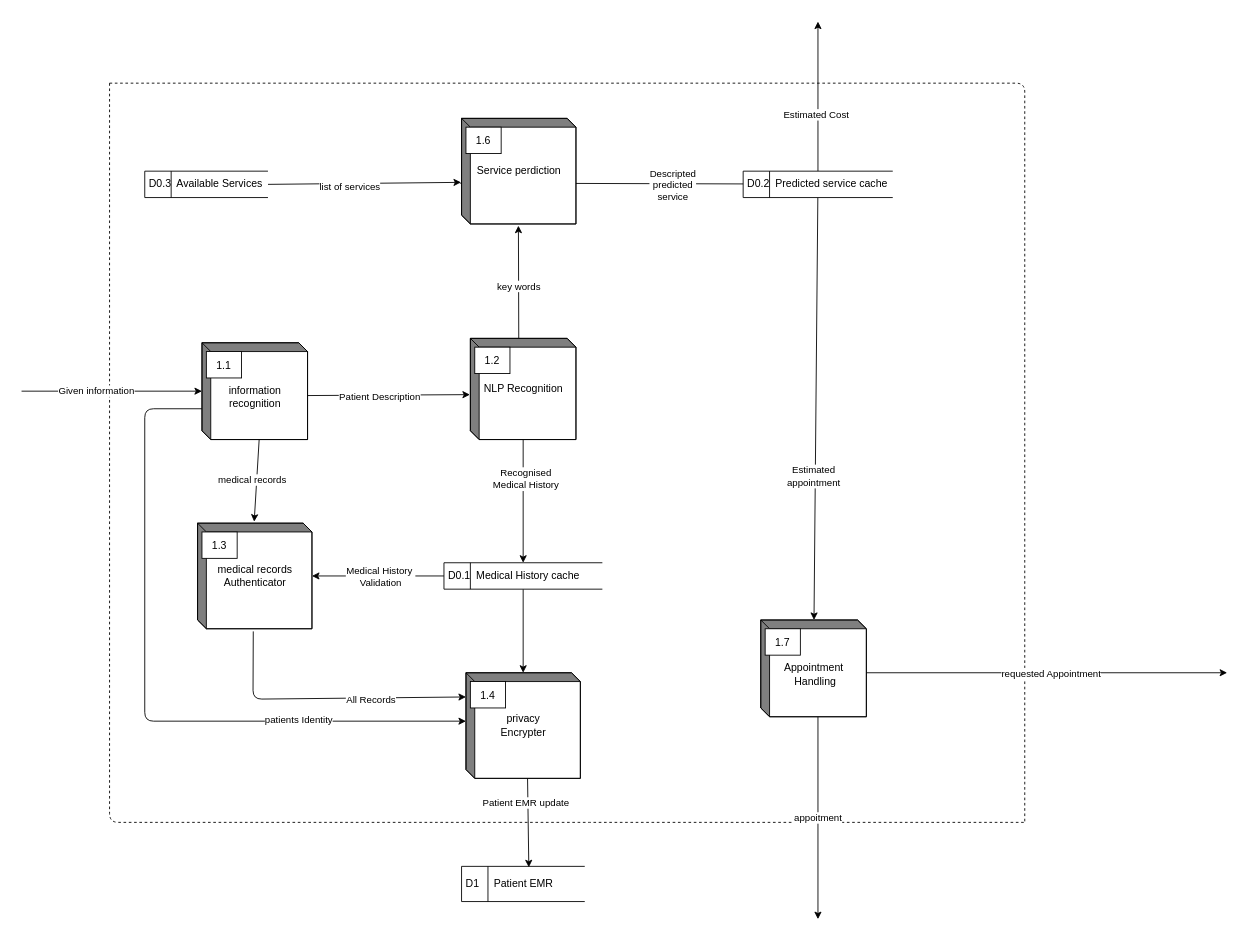
Before: leveltwoDFD.drawio in srssina/Healthcare_Database_system, a draw.io diagram. Source tidied: cells renumbered, new cells numbered last; positions are measured from the earlier drawing's top-left corner, leaving out a move shared by most shapes. Both pictures are drawn from the tidied source at 88%, with x=0, y=0 at pixel (21, 21).
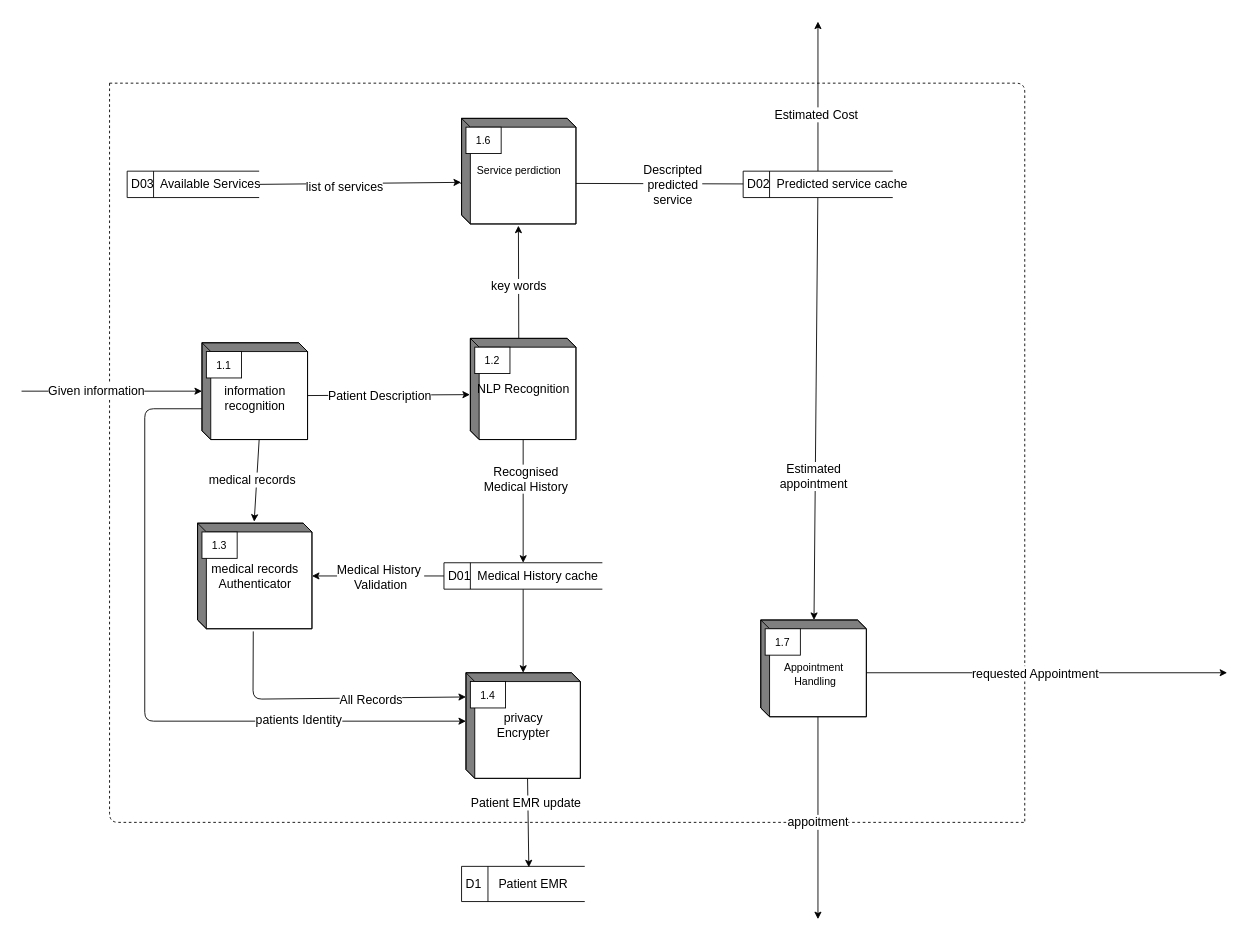
After the change.

The change refers to these unchanged cells:
```xml
<mxCell id="4" style="edgeStyle=none;html=1;exitX=1;exitY=0.5;exitDx=0;exitDy=0;" parent="1" edge="1" target="11">
  <mxGeometry relative="1" as="geometry">
    <mxPoint y="420" as="sourcePoint" />
  </mxGeometry>
</mxCell>
<mxCell id="7" style="edgeStyle=none;html=1;exitX=0;exitY=0;exitDx=120;exitDy=60;exitPerimeter=0;entryX=-0.004;entryY=0.556;entryDx=0;entryDy=0;entryPerimeter=0;" parent="1" edge="1" source="11" target="17">
  <mxGeometry relative="1" as="geometry" />
</mxCell>
<mxCell id="9" style="edgeStyle=none;html=1;exitX=0;exitY=0;exitDx=65;exitDy=110;exitPerimeter=0;entryX=0.495;entryY=-0.014;entryDx=0;entryDy=0;entryPerimeter=0;" parent="1" edge="1" source="11" target="23">
  <mxGeometry relative="1" as="geometry" />
</mxCell>
<mxCell id="13" style="edgeStyle=none;html=1;entryX=0.5;entryY=0;entryDx=0;entryDy=0;" parent="1" edge="1" source="17" target="28">
  <mxGeometry relative="1" as="geometry" />
</mxCell>
<mxCell id="15" style="edgeStyle=none;html=1;exitX=0;exitY=0;exitDx=54.99999999999999;exitDy=0;exitPerimeter=0;entryX=0.497;entryY=1.016;entryDx=0;entryDy=0;entryPerimeter=0;" parent="1" edge="1" source="17" target="33">
  <mxGeometry relative="1" as="geometry" />
</mxCell>
<mxCell id="19" style="edgeStyle=none;html=1;entryX=0.546;entryY=0.027;entryDx=0;entryDy=0;exitX=0;exitY=0;exitDx=70;exitDy=120;exitPerimeter=0;entryPerimeter=0;" parent="1" edge="1" source="29" target="6">
  <mxGeometry relative="1" as="geometry" />
</mxCell>
<mxCell id="21" style="edgeStyle=none;html=1;exitX=0.487;exitY=1.025;exitDx=0;exitDy=0;exitPerimeter=0;entryX=0;entryY=0;entryDx=0;entryDy=27.5;entryPerimeter=0;" parent="1" edge="1" source="23" target="29">
  <mxGeometry relative="1" as="geometry">
    <Array as="points">
      <mxPoint x="263" y="770" />
    </Array>
  </mxGeometry>
</mxCell>
<mxCell id="25" style="edgeStyle=none;html=1;exitX=0;exitY=0.5;exitDx=0;exitDy=0;" parent="1" edge="1" source="28" target="23">
  <mxGeometry relative="1" as="geometry" />
</mxCell>
<mxCell id="31" style="edgeStyle=none;html=1;exitX=-0.015;exitY=0.613;exitDx=0;exitDy=0;exitPerimeter=0;entryX=1;entryY=0.5;entryDx=0;entryDy=0;" parent="1" edge="1" source="33" target="39">
  <mxGeometry relative="1" as="geometry" />
</mxCell>
<mxCell id="35" style="edgeStyle=none;html=1;entryX=0.5;entryY=1;entryDx=0;entryDy=0;exitX=0.5;exitY=0;exitDx=0;exitDy=0;" parent="1" edge="1" source="39">
  <mxGeometry relative="1" as="geometry">
    <mxPoint x="905" as="targetPoint" />
  </mxGeometry>
</mxCell>
<mxCell id="37" style="edgeStyle=none;html=1;" parent="1" edge="1" source="39" target="48">
  <mxGeometry relative="1" as="geometry" />
</mxCell>
<mxCell id="40" style="edgeStyle=none;html=1;exitX=0;exitY=0;exitDx=0;exitDy=75;exitPerimeter=0;entryX=0;entryY=0;entryDx=0;entryDy=55.00000000000001;entryPerimeter=0;" parent="1" edge="1" source="11" target="29">
  <mxGeometry relative="1" as="geometry">
    <Array as="points">
      <mxPoint x="140" y="440" />
      <mxPoint x="140" y="795" />
    </Array>
  </mxGeometry>
</mxCell>
<mxCell id="42" style="edgeStyle=none;html=1;exitX=1;exitY=0.5;exitDx=0;exitDy=0;entryX=-0.005;entryY=0.606;entryDx=0;entryDy=0;entryPerimeter=0;" parent="1" edge="1" source="44" target="33">
  <mxGeometry relative="1" as="geometry" />
</mxCell>
<mxCell id="45" style="edgeStyle=none;html=1;exitX=0;exitY=0;exitDx=120;exitDy=60;exitPerimeter=0;" parent="1" edge="1" source="48">
  <mxGeometry relative="1" as="geometry">
    <mxPoint x="1370" y="740" as="targetPoint" />
  </mxGeometry>
</mxCell>
<mxCell id="48" value="&lt;br&gt;Appointment&lt;br&gt;&amp;nbsp;Handling" style="html=1;dashed=0;whitespace=wrap;shape=mxgraph.dfd.externalEntity;" parent="1" vertex="1">
  <mxGeometry x="840" y="680" width="120" height="110" as="geometry" />
</mxCell>
```

Diff of the diagram source:
```diff
@@
-    <mxCell id="5" value="Given information" style="edgeLabel;html=1;align=center;verticalAlign=middle;" parent="4" vertex="1">
+    <mxCell id="5" value="&lt;font style=&quot;font-size: 14px;&quot;&gt;Given information&lt;/font&gt;" style="edgeLabel;html=1;align=center;verticalAlign=middle;" parent="4" vertex="1">
       <mxGeometry x="-0.18" y="1" relative="1" as="geometry" />
     </mxCell>
-    <mxCell id="6" value="D1&amp;nbsp; &amp;nbsp; &amp;nbsp;Patient EMR" style="html=1;dashed=0;whitespace=wrap;shape=mxgraph.dfd.dataStoreID;align=left;spacingLeft=3;points=[[0,0],[0.5,0],[1,0],[0,0.5],[1,0.5],[0,1],[0.5,1],[1,1]];" parent="1" vertex="1">
+    <mxCell id="6" value="&lt;font style=&quot;font-size: 14px;&quot;&gt;D1&amp;nbsp; &amp;nbsp; &amp;nbsp;Patient EMR&lt;/font&gt;" style="html=1;dashed=0;whitespace=wrap;shape=mxgraph.dfd.dataStoreID;align=left;spacingLeft=3;points=[[0,0],[0.5,0],[1,0],[0,0.5],[1,0.5],[0,1],[0.5,1],[1,1]];" parent="1" vertex="1">
       <mxGeometry x="500" y="960" width="140" height="40" as="geometry" />
     </mxCell>
@@
-    <mxCell id="8" value="Patient Description" style="edgeLabel;html=1;align=center;verticalAlign=middle;" parent="7" vertex="1">
+    <mxCell id="8" value="&lt;font style=&quot;font-size: 14px;&quot;&gt;Patient Description&lt;/font&gt;" style="edgeLabel;html=1;align=center;verticalAlign=middle;" parent="7" vertex="1">
       <mxGeometry x="-0.12" y="-1" relative="1" as="geometry" />
     </mxCell>
@@
-    <mxCell id="10" value="medical records" style="edgeLabel;html=1;align=center;verticalAlign=middle;" parent="9" vertex="1">
+    <mxCell id="10" value="&lt;font style=&quot;font-size: 14px;&quot;&gt;medical records&lt;/font&gt;" style="edgeLabel;html=1;align=center;verticalAlign=middle;" parent="9" vertex="1">
       <mxGeometry x="0.21" y="-2" relative="1" as="geometry">
         <mxPoint x="-3" y="-11" as="offset" />
       </mxGeometry>
     </mxCell>
-    <mxCell id="11" value="&lt;br&gt;information&lt;br&gt;recognition" style="html=1;dashed=0;whitespace=wrap;shape=mxgraph.dfd.externalEntity;" parent="1" vertex="1">
+    <mxCell id="11" value="&lt;font style=&quot;font-size: 14px;&quot;&gt;&lt;br&gt;information&lt;br&gt;recognition&lt;/font&gt;" style="html=1;dashed=0;whitespace=wrap;shape=mxgraph.dfd.externalEntity;" parent="1" vertex="1">
       <mxGeometry x="205" y="365" width="120" height="110" as="geometry" />
     </mxCell>
@@
-    <mxCell id="14" value="Recognised&lt;br&gt;Medical History" style="edgeLabel;html=1;align=center;verticalAlign=middle;" parent="13" vertex="1">
+    <mxCell id="14" value="&lt;font style=&quot;font-size: 14px;&quot;&gt;Recognised&lt;br&gt;Medical History&lt;/font&gt;" style="edgeLabel;html=1;align=center;verticalAlign=middle;" parent="13" vertex="1">
       <mxGeometry x="-0.37" y="2" relative="1" as="geometry" />
     </mxCell>
@@
-    <mxCell id="16" value="key words" style="edgeLabel;html=1;align=center;verticalAlign=middle;" parent="15" vertex="1">
+    <mxCell id="16" value="&lt;font style=&quot;font-size: 14px;&quot;&gt;key words&lt;/font&gt;" style="edgeLabel;html=1;align=center;verticalAlign=middle;" parent="15" vertex="1">
       <mxGeometry x="-0.23" y="-1" relative="1" as="geometry">
         <mxPoint x="-1" y="-10" as="offset" />
       </mxGeometry>
     </mxCell>
-    <mxCell id="17" value="NLP Recognition" style="html=1;dashed=0;whitespace=wrap;shape=mxgraph.dfd.externalEntity;" parent="1" vertex="1">
+    <mxCell id="17" value="&lt;font style=&quot;font-size: 14px;&quot;&gt;NLP Recognition&lt;/font&gt;" style="html=1;dashed=0;whitespace=wrap;shape=mxgraph.dfd.externalEntity;" parent="1" vertex="1">
       <mxGeometry x="510" y="360" width="120" height="115" as="geometry" />
     </mxCell>
@@
-    <mxCell id="20" value="Patient EMR update" style="edgeLabel;html=1;align=center;verticalAlign=middle;" parent="19" vertex="1">
+    <mxCell id="20" value="&lt;font style=&quot;font-size: 14px;&quot;&gt;Patient EMR update&lt;/font&gt;" style="edgeLabel;html=1;align=center;verticalAlign=middle;" parent="19" vertex="1">
       <mxGeometry x="-0.16" relative="1" as="geometry">
         <mxPoint x="-3" y="-14" as="offset" />
       </mxGeometry>
     </mxCell>
@@
-    <mxCell id="22" value="All Records" style="edgeLabel;html=1;align=center;verticalAlign=middle;" parent="21" vertex="1">
+    <mxCell id="22" value="&lt;font style=&quot;font-size: 14px;&quot;&gt;All Records&lt;/font&gt;" style="edgeLabel;html=1;align=center;verticalAlign=middle;" parent="21" vertex="1">
       <mxGeometry x="0.54" y="-1" relative="1" as="geometry">
         <mxPoint x="-36" y="1" as="offset" />
       </mxGeometry>
     </mxCell>
-    <mxCell id="23" value="medical records&lt;br&gt;Authenticator" style="html=1;dashed=0;whitespace=wrap;shape=mxgraph.dfd.externalEntity;" parent="1" vertex="1">
+    <mxCell id="23" value="&lt;font style=&quot;font-size: 14px;&quot;&gt;medical records&lt;br&gt;Authenticator&lt;/font&gt;" style="html=1;dashed=0;whitespace=wrap;shape=mxgraph.dfd.externalEntity;" parent="1" vertex="1">
       <mxGeometry x="200" y="570" width="130" height="120" as="geometry" />
     </mxCell>
@@
-    <mxCell id="26" value="Medical History&amp;nbsp;&lt;br&gt;Validation" style="edgeLabel;html=1;align=center;verticalAlign=middle;" parent="25" vertex="1">
+    <mxCell id="26" value="&lt;font style=&quot;font-size: 14px;&quot;&gt;Medical History&amp;nbsp;&lt;br&gt;Validation&lt;/font&gt;" style="edgeLabel;html=1;align=center;verticalAlign=middle;" parent="25" vertex="1">
       <mxGeometry x="0.16" y="2" relative="1" as="geometry">
         <mxPoint x="14" y="-2" as="offset" />
       </mxGeometry>
     </mxCell>
@@
-    <mxCell id="28" value="D0.1&amp;nbsp; Medical History cache&amp;nbsp;&amp;nbsp;" style="html=1;dashed=0;whitespace=wrap;shape=mxgraph.dfd.dataStoreID;align=left;spacingLeft=3;points=[[0,0],[0.5,0],[1,0],[0,0.5],[1,0.5],[0,1],[0.5,1],[1,1]];" parent="1" vertex="1">
+    <mxCell id="28" value="&lt;font style=&quot;font-size: 14px;&quot;&gt;D01&amp;nbsp; Medical History cache&amp;nbsp;&amp;nbsp;&lt;/font&gt;" style="html=1;dashed=0;whitespace=wrap;shape=mxgraph.dfd.dataStoreID;align=left;spacingLeft=3;points=[[0,0],[0.5,0],[1,0],[0,0.5],[1,0.5],[0,1],[0.5,1],[1,1]];" parent="1" vertex="1">
       <mxGeometry x="480" y="615" width="180" height="30" as="geometry" />
     </mxCell>
-    <mxCell id="29" value="privacy &lt;br&gt;Encrypter" style="html=1;dashed=0;whitespace=wrap;shape=mxgraph.dfd.externalEntity;" parent="1" vertex="1">
+    <mxCell id="29" value="&lt;font style=&quot;font-size: 14px;&quot;&gt;privacy &lt;br&gt;Encrypter&lt;/font&gt;" style="html=1;dashed=0;whitespace=wrap;shape=mxgraph.dfd.externalEntity;" parent="1" vertex="1">
       <mxGeometry x="505" y="740" width="130" height="120" as="geometry" />
     </mxCell>
@@
-    <mxCell id="32" value="Descripted&lt;br&gt;predicted&lt;br&gt;service" style="edgeLabel;html=1;align=center;verticalAlign=middle;" parent="31" vertex="1">
+    <mxCell id="32" value="&lt;font style=&quot;font-size: 14px;&quot;&gt;Descripted&lt;br&gt;predicted&lt;br&gt;service&lt;/font&gt;" style="edgeLabel;html=1;align=center;verticalAlign=middle;" parent="31" vertex="1">
       <mxGeometry x="0.17" y="-2" relative="1" as="geometry">
         <mxPoint x="-47" y="-1" as="offset" />
       </mxGeometry>
     </mxCell>
@@
-    <mxCell id="36" value="Estimated Cost" style="edgeLabel;html=1;align=center;verticalAlign=middle;" parent="35" vertex="1">
+    <mxCell id="36" value="&lt;font style=&quot;font-size: 14px;&quot;&gt;Estimated Cost&lt;/font&gt;" style="edgeLabel;html=1;align=center;verticalAlign=middle;" parent="35" vertex="1">
       <mxGeometry x="-0.24" y="2" relative="1" as="geometry">
         <mxPoint x="-1" as="offset" />
       </mxGeometry>
     </mxCell>
@@
-    <mxCell id="38" value="Estimated&lt;br&gt;appointment" style="edgeLabel;html=1;align=center;verticalAlign=middle;" parent="37" vertex="1">
+    <mxCell id="38" value="&lt;font style=&quot;font-size: 14px;&quot;&gt;Estimated&lt;br&gt;appointment&lt;/font&gt;" style="edgeLabel;html=1;align=center;verticalAlign=middle;" parent="37" vertex="1">
       <mxGeometry x="0.32" y="-2" relative="1" as="geometry" />
     </mxCell>
-    <mxCell id="39" value="D0.2&amp;nbsp; Predicted service cache" style="html=1;dashed=0;whitespace=wrap;shape=mxgraph.dfd.dataStoreID;align=left;spacingLeft=3;points=[[0,0],[0.5,0],[1,0],[0,0.5],[1,0.5],[0,1],[0.5,1],[1,1]];" parent="1" vertex="1">
+    <mxCell id="39" value="&lt;font style=&quot;font-size: 14px;&quot;&gt;D02&amp;nbsp; Predicted service cache&lt;/font&gt;" style="html=1;dashed=0;whitespace=wrap;shape=mxgraph.dfd.dataStoreID;align=left;spacingLeft=3;points=[[0,0],[0.5,0],[1,0],[0,0.5],[1,0.5],[0,1],[0.5,1],[1,1]];" parent="1" vertex="1">
       <mxGeometry x="820" y="170" width="170" height="30" as="geometry" />
     </mxCell>
@@
-    <mxCell id="41" value="patients Identity" style="edgeLabel;html=1;align=center;verticalAlign=middle;" parent="40" vertex="1">
+    <mxCell id="41" value="&lt;font style=&quot;font-size: 14px;&quot;&gt;patients Identity&lt;/font&gt;" style="edgeLabel;html=1;align=center;verticalAlign=middle;" parent="40" vertex="1">
       <mxGeometry x="0.51" y="2" relative="1" as="geometry">
         <mxPoint x="1" as="offset" />
       </mxGeometry>
     </mxCell>
@@
-    <mxCell id="43" value="list of services" style="edgeLabel;html=1;align=center;verticalAlign=middle;" parent="42" vertex="1">
+    <mxCell id="43" value="&lt;font style=&quot;font-size: 14px;&quot;&gt;list of services&lt;/font&gt;" style="edgeLabel;html=1;align=center;verticalAlign=middle;" parent="42" vertex="1">
       <mxGeometry x="-0.16" y="-3" relative="1" as="geometry" />
     </mxCell>
-    <mxCell id="44" value="D0.3&amp;nbsp; Available Services" style="html=1;dashed=0;whitespace=wrap;shape=mxgraph.dfd.dataStoreID;align=left;spacingLeft=3;points=[[0,0],[0.5,0],[1,0],[0,0.5],[1,0.5],[0,1],[0.5,1],[1,1]];" parent="1" vertex="1">
-      <mxGeometry x="140" y="170" width="140" height="30" as="geometry" />
+    <mxCell id="44" value="&lt;font style=&quot;font-size: 14px;&quot;&gt;D03&amp;nbsp; Available Services&lt;/font&gt;" style="html=1;dashed=0;whitespace=wrap;shape=mxgraph.dfd.dataStoreID;align=left;spacingLeft=3;points=[[0,0],[0.5,0],[1,0],[0,0.5],[1,0.5],[0,1],[0.5,1],[1,1]];" parent="1" vertex="1">
+      <mxGeometry x="120" y="170" width="150" height="30" as="geometry" />
     </mxCell>
@@
-    <mxCell id="46" value="requested Appointment" style="edgeLabel;html=1;align=center;verticalAlign=middle;" parent="45" vertex="1">
+    <mxCell id="46" value="&lt;font style=&quot;font-size: 14px;&quot;&gt;requested Appointment&lt;/font&gt;" style="edgeLabel;html=1;align=center;verticalAlign=middle;" parent="45" vertex="1">
       <mxGeometry x="-0.27" y="-3" relative="1" as="geometry">
-        <mxPoint x="59" y="-3" as="offset" />
+        <mxPoint x="41" y="-3" as="offset" />
       </mxGeometry>
     </mxCell>
-    <mxCell id="47" value="appoitment" style="edgeStyle=none;html=1;exitX=0;exitY=0;exitDx=65;exitDy=110;exitPerimeter=0;" parent="1" edge="1" source="48">
-      <mxGeometry relative="1" as="geometry">
+    <mxCell id="47" value="&lt;font style=&quot;font-size: 14px;&quot;&gt;appoitment&lt;/font&gt;" style="edgeStyle=none;html=1;exitX=0;exitY=0;exitDx=65;exitDy=110;exitPerimeter=0;" parent="1" edge="1" source="48">
+      <mxGeometry x="0.04" relative="1" as="geometry">
         <mxPoint x="905" y="1020" as="targetPoint" />
       </mxGeometry>
     </mxCell>
```
